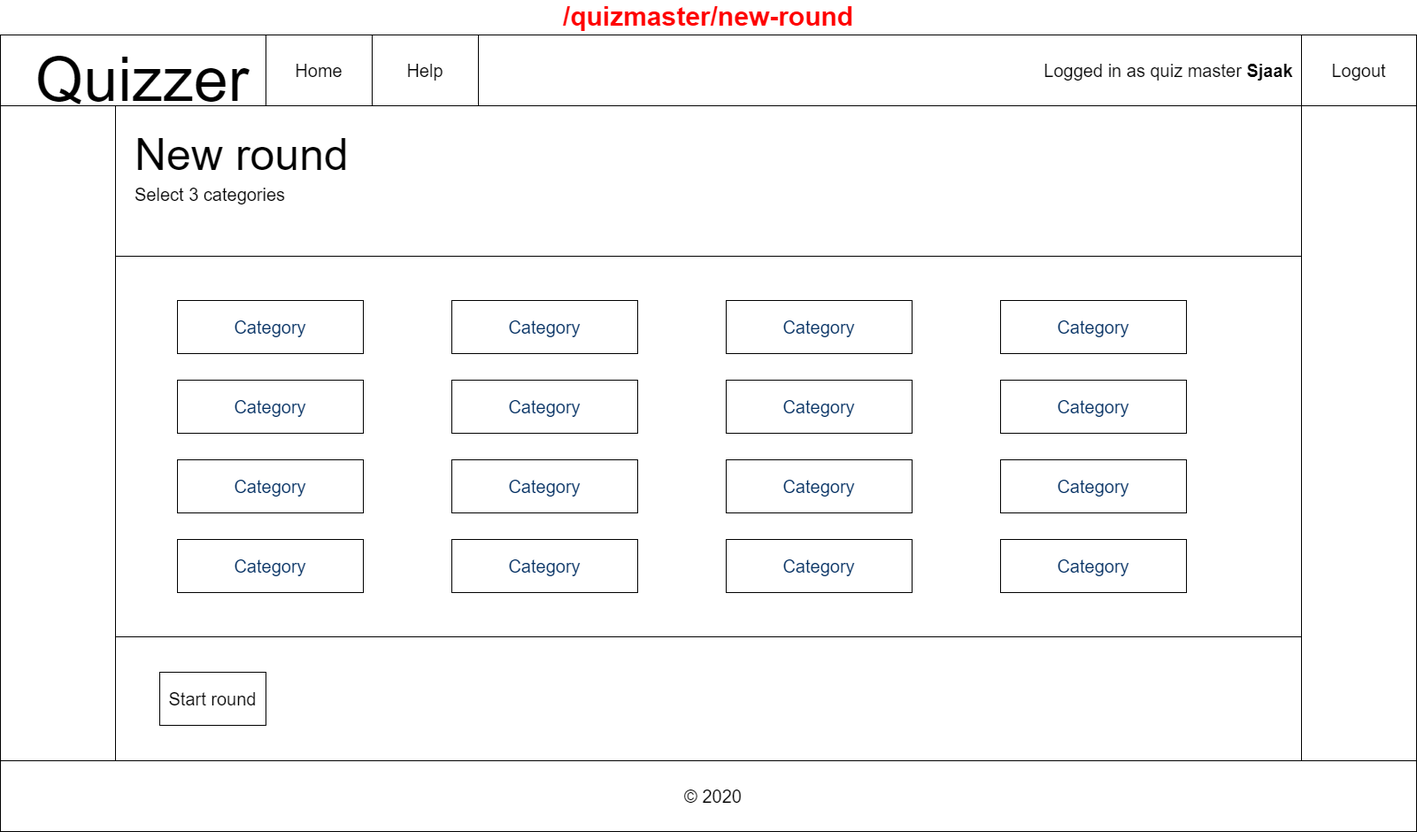
IkBenDeSjaak/Quizzer keeps this draw.io diagram as docs/wireframes/quizmaster-new-round.png. Above is the earlier version. Source tidied: cells renumbered, new cells last; positions are measured from the earlier drawing's top-left corner, leaving out a move shared by most shapes. The source it was exported from:
```xml
<mxGraphModel>
  <root>
    <mxCell id="0" />
    <mxCell id="1" parent="0" />
    <mxCell id="2" style="group;" parent="1" vertex="1">
      <mxGeometry width="1600" height="900" as="geometry" />
    </mxCell>
    <mxCell id="3" value="&lt;font style=&quot;font-size: 30px&quot; color=&quot;#ff0000&quot;&gt;&lt;b&gt;/quizmaster/new-round&lt;/b&gt;&lt;/font&gt;" style="rounded=0;whiteSpace=wrap;html=1;labelPosition=center;verticalLabelPosition=top;align=center;verticalAlign=bottom;" parent="2" vertex="1">
      <mxGeometry width="1600" height="900" as="geometry" />
    </mxCell>
    <mxCell id="4" style="rounded=0;whiteSpace=wrap;html=1;" parent="2" vertex="1">
      <mxGeometry width="1600" height="80" as="geometry" />
    </mxCell>
    <mxCell id="5" value="&lt;font style=&quot;font-size: 70px&quot;&gt;Quizzer&lt;/font&gt;" style="text;html=1;align=center;verticalAlign=middle;" parent="2" vertex="1">
      <mxGeometry x="30" y="30" width="260" height="40" as="geometry" />
    </mxCell>
    <mxCell id="6" style="rounded=0;whiteSpace=wrap;html=1;" parent="2" vertex="1">
      <mxGeometry x="130" y="80" width="1340" height="740" as="geometry" />
    </mxCell>
    <mxCell id="7" style="rounded=0;whiteSpace=wrap;html=1;" parent="2" vertex="1">
      <mxGeometry y="820" width="1600" height="80" as="geometry" />
    </mxCell>
    <mxCell id="8" value="&lt;font style=&quot;font-size: 20px&quot;&gt;© 2020&lt;/font&gt;" style="text;html=1;align=center;verticalAlign=middle;" parent="2" vertex="1">
      <mxGeometry x="765" y="850" width="80" height="20" as="geometry" />
    </mxCell>
    <mxCell id="9" value="Home" style="rounded=0;whiteSpace=wrap;html=1;fontSize=20;" parent="2" vertex="1">
      <mxGeometry x="300" width="120" height="80" as="geometry" />
    </mxCell>
    <mxCell id="10" value="Help" style="rounded=0;whiteSpace=wrap;html=1;fontSize=20;" parent="2" vertex="1">
      <mxGeometry x="420" width="120" height="80" as="geometry" />
    </mxCell>
    <mxCell id="11" style="rounded=0;whiteSpace=wrap;html=1;" parent="2" vertex="1">
      <mxGeometry x="130" y="80" width="1340" height="170" as="geometry" />
    </mxCell>
    <mxCell id="12" value="&lt;span style=&quot;font-size: 20px&quot;&gt;Select 3 categories&lt;/span&gt;" style="text;html=1;strokeColor=none;fillColor=none;align=left;verticalAlign=middle;whiteSpace=wrap;rounded=0;" parent="2" vertex="1">
      <mxGeometry x="150" y="170" width="570" height="20" as="geometry" />
    </mxCell>
    <mxCell id="13" value="&lt;font style=&quot;font-size: 50px&quot;&gt;New round&lt;/font&gt;" style="text;html=1;align=left;verticalAlign=middle;" parent="2" vertex="1">
      <mxGeometry x="150" y="120" width="260" height="30" as="geometry" />
    </mxCell>
    <mxCell id="14" style="rounded=0;whiteSpace=wrap;html=1;align=left;" parent="2" vertex="1">
      <mxGeometry x="130" y="250" width="1340" height="430" as="geometry" />
    </mxCell>
    <mxCell id="15" value="&lt;div style=&quot;text-align: right&quot;&gt;Logged in as quiz master &lt;b&gt;Sjaak&lt;/b&gt;&lt;/div&gt;" style="text;html=1;strokeColor=none;fillColor=none;align=center;verticalAlign=middle;whiteSpace=wrap;rounded=0;fontSize=20;" parent="2" vertex="1">
      <mxGeometry x="1170" y="30" width="300" height="20" as="geometry" />
    </mxCell>
    <mxCell id="16" value="Logout" style="rounded=0;whiteSpace=wrap;html=1;fontSize=20;" parent="2" vertex="1">
      <mxGeometry x="1470" width="130" height="80" as="geometry" />
    </mxCell>
    <mxCell id="17" value="&lt;span style=&quot;color: rgb(3 , 47 , 98) ; font-family: , &amp;#34;consolas&amp;#34; , &amp;#34;liberation mono&amp;#34; , &amp;#34;menlo&amp;#34; , monospace ; background-color: rgb(255 , 255 , 255)&quot;&gt;&lt;font style=&quot;font-size: 20px&quot;&gt;Category&lt;/font&gt;&lt;/span&gt;" style="rounded=0;whiteSpace=wrap;html=1;" parent="2" vertex="1">
      <mxGeometry x="200" y="300" width="210" height="60" as="geometry" />
    </mxCell>
    <mxCell id="18" value="&lt;span style=&quot;color: rgb(3 , 47 , 98) ; font-family: , &amp;#34;consolas&amp;#34; , &amp;#34;liberation mono&amp;#34; , &amp;#34;menlo&amp;#34; , monospace ; background-color: rgb(255 , 255 , 255)&quot;&gt;&lt;font style=&quot;font-size: 20px&quot;&gt;Category&lt;/font&gt;&lt;/span&gt;" style="rounded=0;whiteSpace=wrap;html=1;" parent="2" vertex="1">
      <mxGeometry x="510" y="300" width="210" height="60" as="geometry" />
    </mxCell>
    <mxCell id="19" value="&lt;span style=&quot;color: rgb(3 , 47 , 98) ; font-family: , &amp;#34;consolas&amp;#34; , &amp;#34;liberation mono&amp;#34; , &amp;#34;menlo&amp;#34; , monospace ; background-color: rgb(255 , 255 , 255)&quot;&gt;&lt;font style=&quot;font-size: 20px&quot;&gt;Category&lt;/font&gt;&lt;/span&gt;" style="rounded=0;whiteSpace=wrap;html=1;" parent="2" vertex="1">
      <mxGeometry x="820" y="300" width="210" height="60" as="geometry" />
    </mxCell>
    <mxCell id="20" value="&lt;span style=&quot;color: rgb(3 , 47 , 98) ; font-family: , &amp;#34;consolas&amp;#34; , &amp;#34;liberation mono&amp;#34; , &amp;#34;menlo&amp;#34; , monospace ; background-color: rgb(255 , 255 , 255)&quot;&gt;&lt;font style=&quot;font-size: 20px&quot;&gt;Category&lt;/font&gt;&lt;/span&gt;" style="rounded=0;whiteSpace=wrap;html=1;" parent="2" vertex="1">
      <mxGeometry x="1130" y="300" width="210" height="60" as="geometry" />
    </mxCell>
    <mxCell id="21" value="&lt;span style=&quot;color: rgb(3 , 47 , 98) ; font-family: , &amp;#34;consolas&amp;#34; , &amp;#34;liberation mono&amp;#34; , &amp;#34;menlo&amp;#34; , monospace ; background-color: rgb(255 , 255 , 255)&quot;&gt;&lt;font style=&quot;font-size: 20px&quot;&gt;Category&lt;/font&gt;&lt;/span&gt;" style="rounded=0;whiteSpace=wrap;html=1;" parent="2" vertex="1">
      <mxGeometry x="200" y="300" width="210" height="60" as="geometry" />
    </mxCell>
    <mxCell id="22" value="&lt;span style=&quot;color: rgb(3 , 47 , 98) ; font-family: , &amp;#34;consolas&amp;#34; , &amp;#34;liberation mono&amp;#34; , &amp;#34;menlo&amp;#34; , monospace ; background-color: rgb(255 , 255 , 255)&quot;&gt;&lt;font style=&quot;font-size: 20px&quot;&gt;Category&lt;/font&gt;&lt;/span&gt;" style="rounded=0;whiteSpace=wrap;html=1;" parent="2" vertex="1">
      <mxGeometry x="510" y="300" width="210" height="60" as="geometry" />
    </mxCell>
    <mxCell id="23" value="&lt;span style=&quot;color: rgb(3 , 47 , 98) ; font-family: , &amp;#34;consolas&amp;#34; , &amp;#34;liberation mono&amp;#34; , &amp;#34;menlo&amp;#34; , monospace ; background-color: rgb(255 , 255 , 255)&quot;&gt;&lt;font style=&quot;font-size: 20px&quot;&gt;Category&lt;/font&gt;&lt;/span&gt;" style="rounded=0;whiteSpace=wrap;html=1;" parent="2" vertex="1">
      <mxGeometry x="200" y="390" width="210" height="60" as="geometry" />
    </mxCell>
    <mxCell id="24" value="&lt;span style=&quot;color: rgb(3 , 47 , 98) ; font-family: , &amp;#34;consolas&amp;#34; , &amp;#34;liberation mono&amp;#34; , &amp;#34;menlo&amp;#34; , monospace ; background-color: rgb(255 , 255 , 255)&quot;&gt;&lt;font style=&quot;font-size: 20px&quot;&gt;Category&lt;/font&gt;&lt;/span&gt;" style="rounded=0;whiteSpace=wrap;html=1;" parent="2" vertex="1">
      <mxGeometry x="510" y="390" width="210" height="60" as="geometry" />
    </mxCell>
    <mxCell id="25" value="&lt;span style=&quot;color: rgb(3 , 47 , 98) ; font-family: , &amp;#34;consolas&amp;#34; , &amp;#34;liberation mono&amp;#34; , &amp;#34;menlo&amp;#34; , monospace ; background-color: rgb(255 , 255 , 255)&quot;&gt;&lt;font style=&quot;font-size: 20px&quot;&gt;Category&lt;/font&gt;&lt;/span&gt;" style="rounded=0;whiteSpace=wrap;html=1;" parent="2" vertex="1">
      <mxGeometry x="820" y="390" width="210" height="60" as="geometry" />
    </mxCell>
    <mxCell id="26" value="&lt;span style=&quot;color: rgb(3 , 47 , 98) ; font-family: , &amp;#34;consolas&amp;#34; , &amp;#34;liberation mono&amp;#34; , &amp;#34;menlo&amp;#34; , monospace ; background-color: rgb(255 , 255 , 255)&quot;&gt;&lt;font style=&quot;font-size: 20px&quot;&gt;Category&lt;/font&gt;&lt;/span&gt;" style="rounded=0;whiteSpace=wrap;html=1;" parent="2" vertex="1">
      <mxGeometry x="1130" y="390" width="210" height="60" as="geometry" />
    </mxCell>
    <mxCell id="27" value="&lt;span style=&quot;color: rgb(3 , 47 , 98) ; font-family: , &amp;#34;consolas&amp;#34; , &amp;#34;liberation mono&amp;#34; , &amp;#34;menlo&amp;#34; , monospace ; background-color: rgb(255 , 255 , 255)&quot;&gt;&lt;font style=&quot;font-size: 20px&quot;&gt;Category&lt;/font&gt;&lt;/span&gt;" style="rounded=0;whiteSpace=wrap;html=1;" parent="2" vertex="1">
      <mxGeometry x="200" y="570" width="210" height="60" as="geometry" />
    </mxCell>
    <mxCell id="28" value="&lt;span style=&quot;color: rgb(3 , 47 , 98) ; font-family: , &amp;#34;consolas&amp;#34; , &amp;#34;liberation mono&amp;#34; , &amp;#34;menlo&amp;#34; , monospace ; background-color: rgb(255 , 255 , 255)&quot;&gt;&lt;font style=&quot;font-size: 20px&quot;&gt;Category&lt;/font&gt;&lt;/span&gt;" style="rounded=0;whiteSpace=wrap;html=1;" parent="2" vertex="1">
      <mxGeometry x="510" y="570" width="210" height="60" as="geometry" />
    </mxCell>
    <mxCell id="29" value="&lt;span style=&quot;color: rgb(3 , 47 , 98) ; font-family: , &amp;#34;consolas&amp;#34; , &amp;#34;liberation mono&amp;#34; , &amp;#34;menlo&amp;#34; , monospace ; background-color: rgb(255 , 255 , 255)&quot;&gt;&lt;font style=&quot;font-size: 20px&quot;&gt;Category&lt;/font&gt;&lt;/span&gt;" style="rounded=0;whiteSpace=wrap;html=1;" parent="2" vertex="1">
      <mxGeometry x="820" y="570" width="210" height="60" as="geometry" />
    </mxCell>
    <mxCell id="30" value="&lt;span style=&quot;color: rgb(3 , 47 , 98) ; font-family: , &amp;#34;consolas&amp;#34; , &amp;#34;liberation mono&amp;#34; , &amp;#34;menlo&amp;#34; , monospace ; background-color: rgb(255 , 255 , 255)&quot;&gt;&lt;font style=&quot;font-size: 20px&quot;&gt;Category&lt;/font&gt;&lt;/span&gt;" style="rounded=0;whiteSpace=wrap;html=1;" parent="2" vertex="1">
      <mxGeometry x="1130" y="570" width="210" height="60" as="geometry" />
    </mxCell>
    <mxCell id="31" value="&lt;span style=&quot;color: rgb(3 , 47 , 98) ; font-family: , &amp;#34;consolas&amp;#34; , &amp;#34;liberation mono&amp;#34; , &amp;#34;menlo&amp;#34; , monospace ; background-color: rgb(255 , 255 , 255)&quot;&gt;&lt;font style=&quot;font-size: 20px&quot;&gt;Category&lt;/font&gt;&lt;/span&gt;" style="rounded=0;whiteSpace=wrap;html=1;" parent="2" vertex="1">
      <mxGeometry x="200" y="480" width="210" height="60" as="geometry" />
    </mxCell>
    <mxCell id="32" value="&lt;span style=&quot;color: rgb(3 , 47 , 98) ; font-family: , &amp;#34;consolas&amp;#34; , &amp;#34;liberation mono&amp;#34; , &amp;#34;menlo&amp;#34; , monospace ; background-color: rgb(255 , 255 , 255)&quot;&gt;&lt;font style=&quot;font-size: 20px&quot;&gt;Category&lt;/font&gt;&lt;/span&gt;" style="rounded=0;whiteSpace=wrap;html=1;" parent="2" vertex="1">
      <mxGeometry x="510" y="480" width="210" height="60" as="geometry" />
    </mxCell>
    <mxCell id="33" value="&lt;span style=&quot;color: rgb(3 , 47 , 98) ; font-family: , &amp;#34;consolas&amp;#34; , &amp;#34;liberation mono&amp;#34; , &amp;#34;menlo&amp;#34; , monospace ; background-color: rgb(255 , 255 , 255)&quot;&gt;&lt;font style=&quot;font-size: 20px&quot;&gt;Category&lt;/font&gt;&lt;/span&gt;" style="rounded=0;whiteSpace=wrap;html=1;" parent="2" vertex="1">
      <mxGeometry x="820" y="480" width="210" height="60" as="geometry" />
    </mxCell>
    <mxCell id="34" value="&lt;span style=&quot;color: rgb(3 , 47 , 98) ; font-family: , &amp;#34;consolas&amp;#34; , &amp;#34;liberation mono&amp;#34; , &amp;#34;menlo&amp;#34; , monospace ; background-color: rgb(255 , 255 , 255)&quot;&gt;&lt;font style=&quot;font-size: 20px&quot;&gt;Category&lt;/font&gt;&lt;/span&gt;" style="rounded=0;whiteSpace=wrap;html=1;" parent="2" vertex="1">
      <mxGeometry x="1130" y="480" width="210" height="60" as="geometry" />
    </mxCell>
    <mxCell id="35" value="&lt;font style=&quot;font-size: 20px&quot;&gt;Start round&lt;/font&gt;" style="rounded=0;whiteSpace=wrap;html=1;" parent="2" vertex="1">
      <mxGeometry x="180" y="720" width="120" height="60" as="geometry" />
    </mxCell>
  </root>
</mxGraphModel>
```
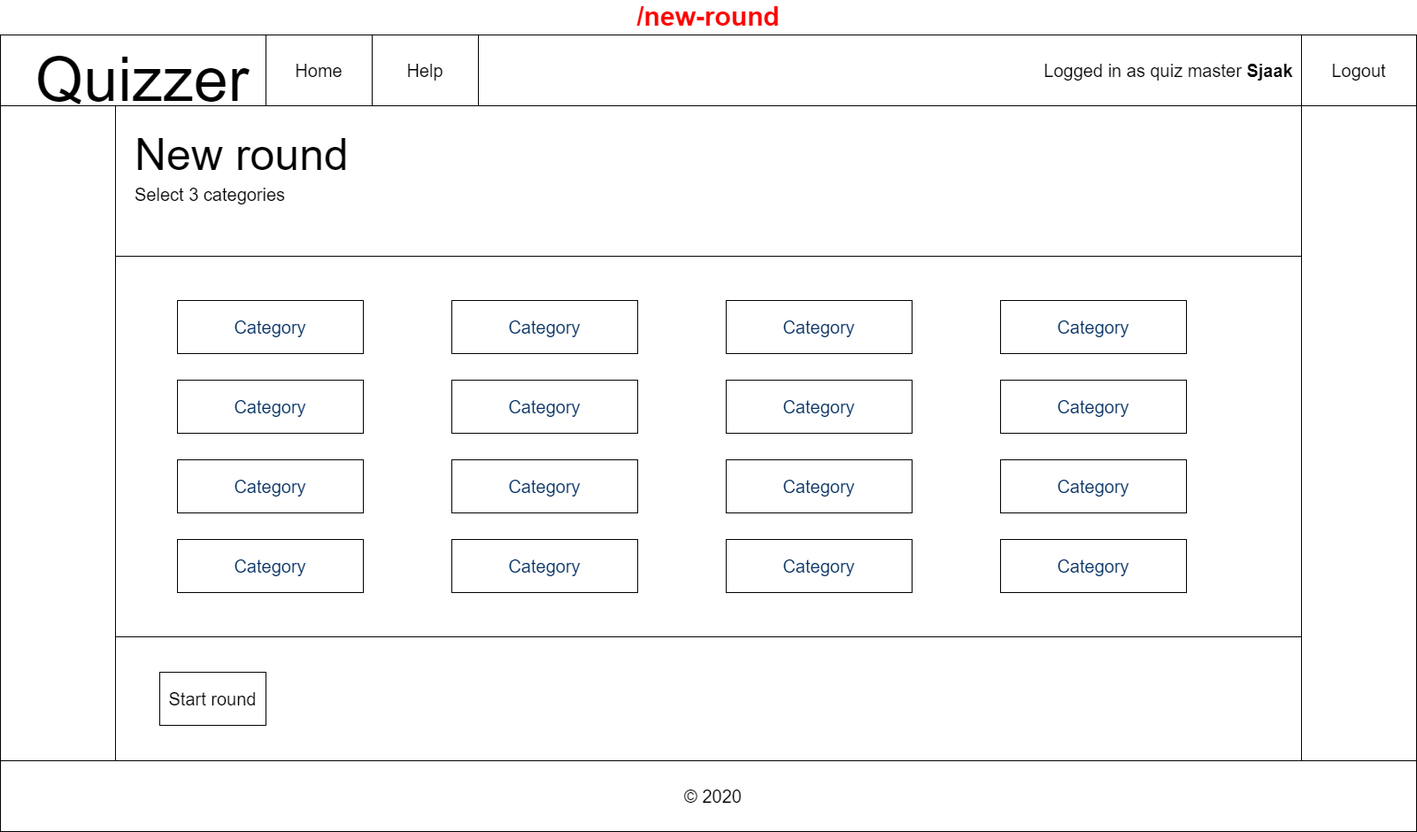
The same diagram one commit later.

Change to the diagram source:
```diff
@@ -5,7 +5,7 @@
     <mxCell id="2" style="group;" parent="1" vertex="1">
       <mxGeometry width="1600" height="900" as="geometry" />
     </mxCell>
-    <mxCell id="3" value="&lt;font style=&quot;font-size: 30px&quot; color=&quot;#ff0000&quot;&gt;&lt;b&gt;/quizmaster/new-round&lt;/b&gt;&lt;/font&gt;" style="rounded=0;whiteSpace=wrap;html=1;labelPosition=center;verticalLabelPosition=top;align=center;verticalAlign=bottom;" parent="2" vertex="1">
+    <mxCell id="3" value="&lt;font style=&quot;font-size: 30px&quot; color=&quot;#ff0000&quot;&gt;&lt;b&gt;/new-round&lt;/b&gt;&lt;/font&gt;" style="rounded=0;whiteSpace=wrap;html=1;labelPosition=center;verticalLabelPosition=top;align=center;verticalAlign=bottom;" parent="2" vertex="1">
       <mxGeometry width="1600" height="900" as="geometry" />
     </mxCell>
     <mxCell id="4" style="rounded=0;whiteSpace=wrap;html=1;" parent="2" vertex="1">
```
